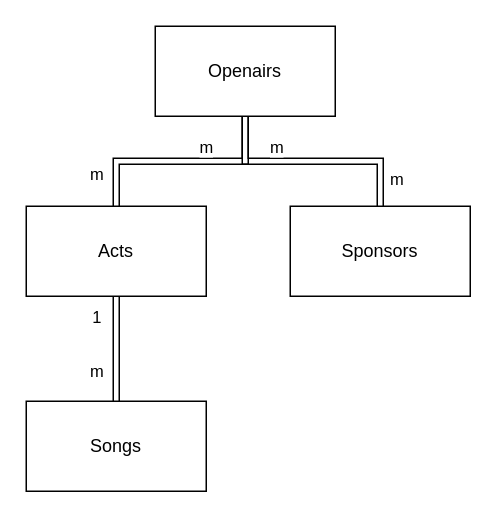
nussbaumerv/m165 keeps this draw.io diagram as KN02/Openairs.drawio. Above is the earlier version. Source tidied: cells renumbered, new cells numbered last; positions are measured from the earlier drawing's top-left corner, leaving out a move shared by most shapes. Both pictures are drawn from the tidied source at 150%, with x=0, y=0 at pixel (26, 26).
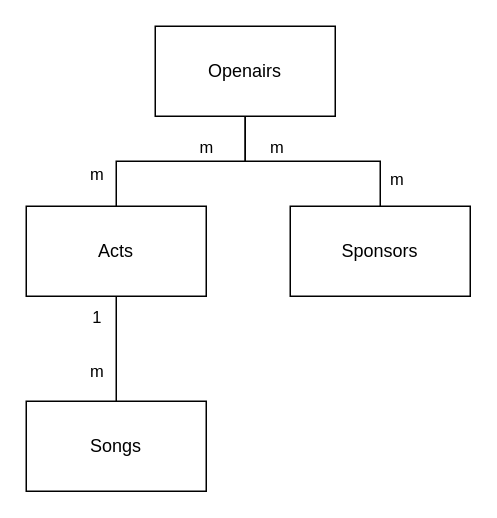
The same diagram, later.

Diff of the diagram source:
```diff
@@
 <mxGraphModel>
   <root>
     <mxCell id="0" />
     <mxCell id="1" parent="0" />
-    <mxCell id="2" style="edgeStyle=orthogonalEdgeStyle;rounded=0;jettySize=auto;html=1;shape=link;" parent="1" edge="1" source="8" target="14">
+    <mxCell id="2" style="edgeStyle=orthogonalEdgeStyle;rounded=0;jettySize=auto;html=1;endArrow=none;endFill=0;" parent="1" edge="1" source="8" target="14">
       <mxGeometry relative="1" as="geometry" />
     </mxCell>
     <mxCell id="3" value="m" style="edgeLabel;html=1;align=center;verticalAlign=middle;" parent="2" vertex="1">
       <mxGeometry x="-0.22" y="3" relative="1" as="geometry">
         <mxPoint x="-9" y="-7" as="offset" />
       </mxGeometry>
     </mxCell>
     <mxCell id="4" value="m" style="edgeLabel;html=1;align=center;verticalAlign=middle;" parent="2" vertex="1">
       <mxGeometry x="0.75" y="1" relative="1" as="geometry">
         <mxPoint x="9" as="offset" />
       </mxGeometry>
     </mxCell>
-    <mxCell id="5" style="edgeStyle=orthogonalEdgeStyle;rounded=0;jettySize=auto;html=1;shape=link;" parent="1" edge="1" source="8" target="12">
+    <mxCell id="5" style="edgeStyle=orthogonalEdgeStyle;rounded=0;jettySize=auto;html=1;endArrow=none;endFill=0;" parent="1" edge="1" source="8" target="12">
       <mxGeometry relative="1" as="geometry" />
     </mxCell>
     <mxCell id="6" value="m" style="edgeLabel;html=1;align=center;verticalAlign=middle;" parent="5" vertex="1">
       <mxGeometry x="0.7" y="1" relative="1" as="geometry">
         <mxPoint x="-15" as="offset" />
       </mxGeometry>
     </mxCell>
     <mxCell id="7" value="m" style="edgeLabel;html=1;align=center;verticalAlign=middle;" parent="5" vertex="1">
       <mxGeometry x="-0.39" y="1" relative="1" as="geometry">
         <mxPoint x="-12" y="-11" as="offset" />
       </mxGeometry>
     </mxCell>
     <mxCell id="8" value="Openairs" style="whiteSpace=wrap;html=1;" parent="1" vertex="1">
       <mxGeometry x="86" width="120" height="60" as="geometry" />
     </mxCell>
-    <mxCell id="9" style="edgeStyle=orthogonalEdgeStyle;rounded=0;jettySize=auto;html=1;shape=link;" parent="1" edge="1" source="12" target="13">
+    <mxCell id="9" style="edgeStyle=orthogonalEdgeStyle;rounded=0;jettySize=auto;html=1;endArrow=none;endFill=0;" parent="1" edge="1" source="12" target="13">
       <mxGeometry relative="1" as="geometry" />
     </mxCell>
     <mxCell id="10" value="m" style="edgeLabel;html=1;align=center;verticalAlign=middle;" parent="9" vertex="1">
       <mxGeometry x="0.41" y="-2" relative="1" as="geometry">
         <mxPoint x="-12" as="offset" />
       </mxGeometry>
     </mxCell>
     <mxCell id="11" value="1" style="edgeLabel;html=1;align=center;verticalAlign=middle;" parent="9" vertex="1">
       <mxGeometry x="-0.62" relative="1" as="geometry">
         <mxPoint x="-14" as="offset" />
       </mxGeometry>
     </mxCell>
     <mxCell id="12" value="Acts" style="whiteSpace=wrap;html=1;" parent="1" vertex="1">
       <mxGeometry y="120" width="120" height="60" as="geometry" />
     </mxCell>
     <mxCell id="13" value="Songs" style="whiteSpace=wrap;html=1;" parent="1" vertex="1">
       <mxGeometry y="250" width="120" height="60" as="geometry" />
     </mxCell>
     <mxCell id="14" value="Sponsors" style="whiteSpace=wrap;html=1;" parent="1" vertex="1">
       <mxGeometry x="176" y="120" width="120" height="60" as="geometry" />
     </mxCell>
   </root>
 </mxGraphModel>
```
